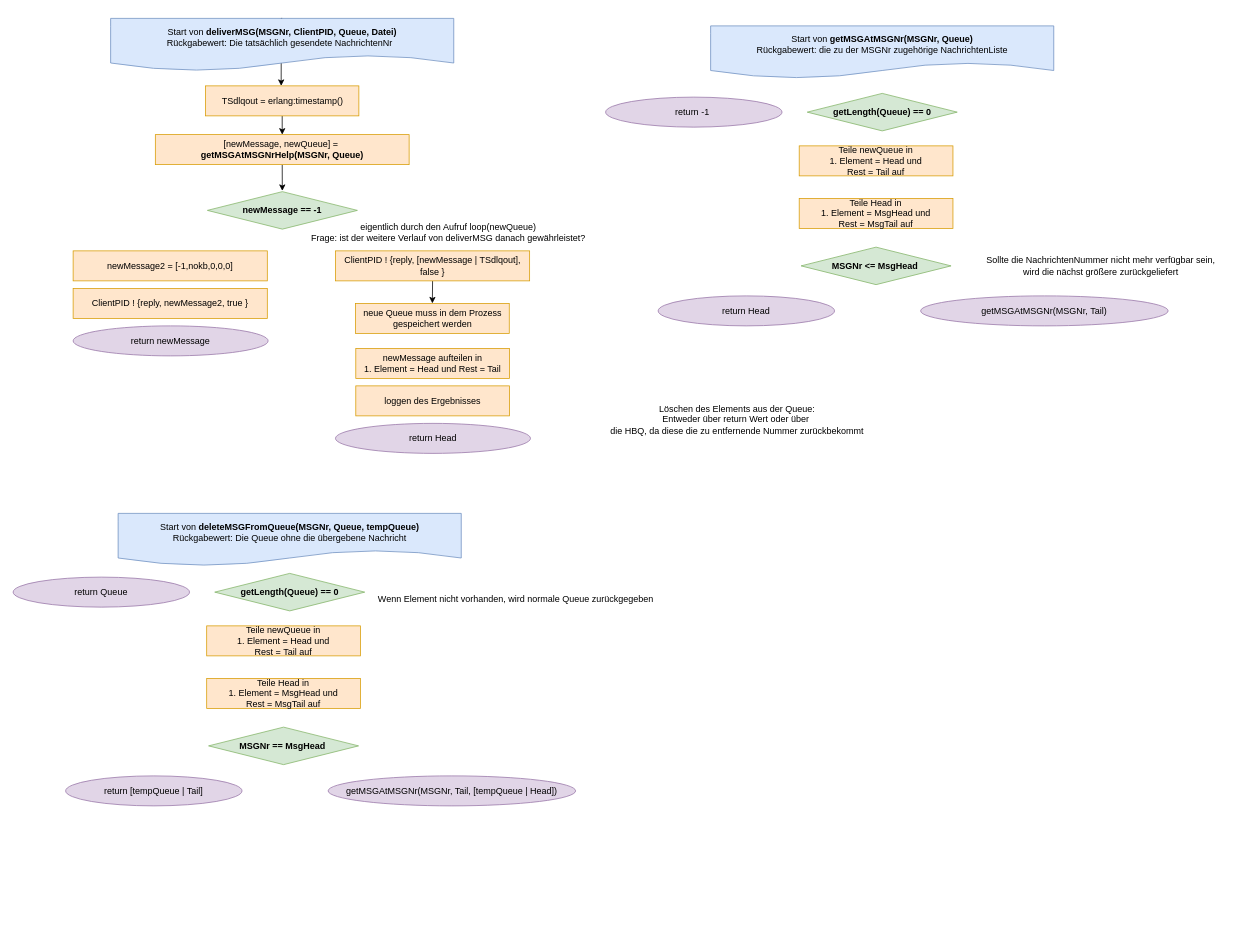
Earlier version of the draw.io diagram Grafiken:Bilder/draw.io/DLQ/5. deliverMSG.drawio (krisschaaf/Hausarbeit_Erlang_Queues). Source tidied: cells renumbered, new cells numbered last; positions are measured from the earlier drawing's top-left corner, leaving out a move shared by most shapes. Both pictures are drawn from the tidied source at 75%, with x=0, y=0 at pixel (13, 18).
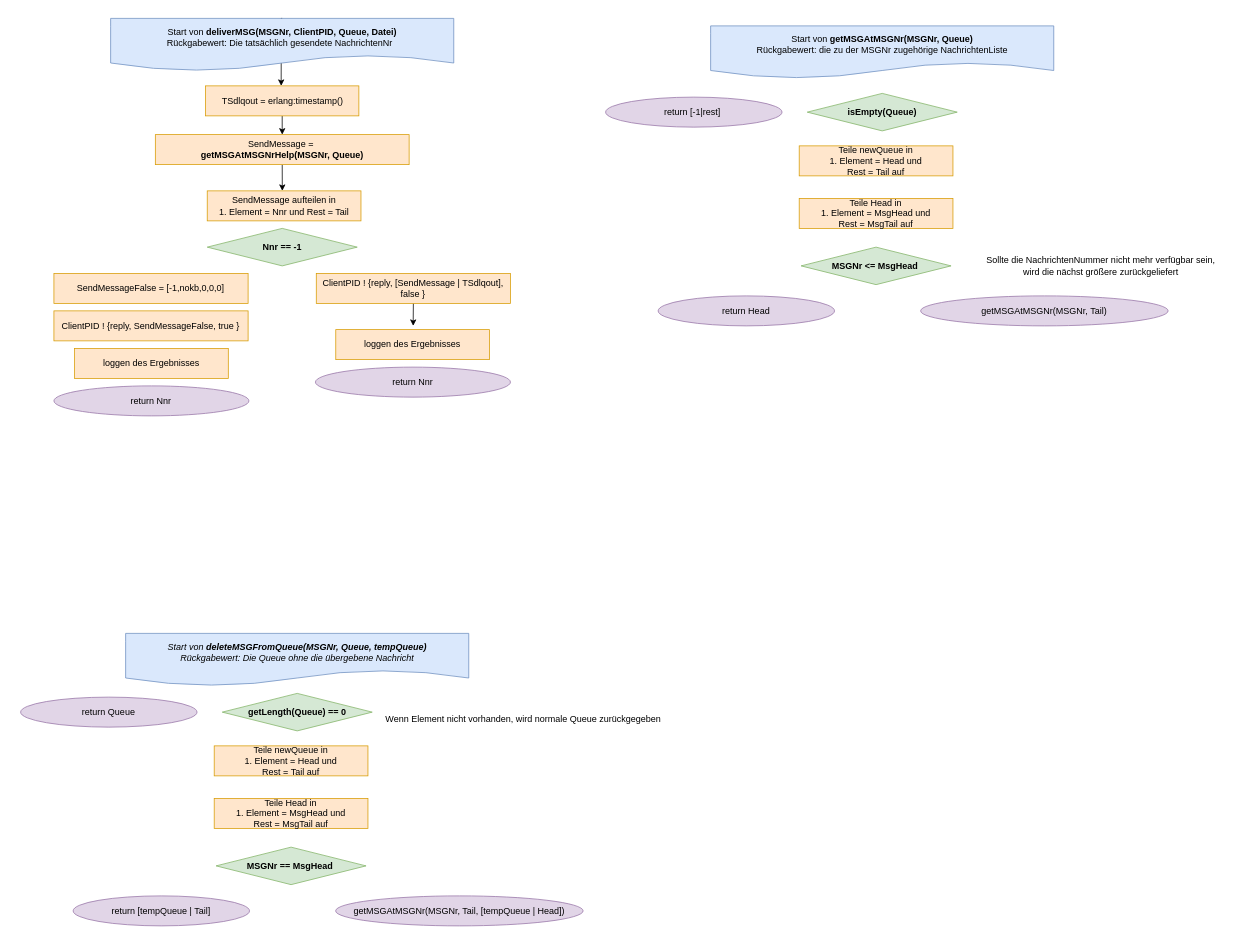
The same page after the edit.

The edit, as a diff of the source:
```diff
@@
-    <mxCell id="7" value="[newMessage, newQueue] =&amp;nbsp;&lt;br&gt;&lt;b&gt;getMSGAtMSGNrHelp(MSGNr, Queue)&lt;/b&gt;" style="rounded=0;whiteSpace=wrap;html=1;fillColor=#ffe6cc;strokeColor=#d79b00;" parent="1" vertex="1">
+    <mxCell id="7" value="SendMessage =&amp;nbsp;&lt;br&gt;&lt;b&gt;getMSGAtMSGNrHelp(MSGNr, Queue)&lt;/b&gt;" style="rounded=0;whiteSpace=wrap;html=1;fillColor=#ffe6cc;strokeColor=#d79b00;" parent="1" vertex="1">
       <mxGeometry x="189.6" y="155" width="338.4" height="40" as="geometry" />
     </mxCell>
-    <mxCell id="8" value="return Head" style="ellipse;whiteSpace=wrap;html=1;rounded=0;fillColor=#e1d5e7;strokeColor=#9673a6;" parent="1" vertex="1">
-      <mxGeometry x="429.8" y="540" width="260" height="40" as="geometry" />
+    <mxCell id="8" value="return Nnr" style="ellipse;whiteSpace=wrap;html=1;rounded=0;fillColor=#e1d5e7;strokeColor=#9673a6;" parent="1" vertex="1">
+      <mxGeometry x="403.1" y="465" width="260" height="40" as="geometry" />
     </mxCell>
-    <mxCell id="9" style="edgeStyle=orthogonalEdgeStyle;rounded=0;jettySize=auto;html=1;exitX=0.5;exitY=1;exitDx=0;exitDy=0;entryX=0.5;entryY=0;entryDx=0;entryDy=0;" parent="1" edge="1" source="10" target="11">
-      <mxGeometry relative="1" as="geometry" />
+    <mxCell id="9" style="edgeStyle=orthogonalEdgeStyle;rounded=0;jettySize=auto;html=1;exitX=0.5;exitY=1;exitDx=0;exitDy=0;entryX=0.5;entryY=0;entryDx=0;entryDy=0;" parent="1" edge="1" source="10">
+      <mxGeometry relative="1" as="geometry">
+        <mxPoint x="533.4" y="410" as="targetPoint" />
+      </mxGeometry>
     </mxCell>
-    <mxCell id="10" value="ClientPID ! {reply, [newMessage | TSdlqout], false }" style="rounded=0;whiteSpace=wrap;html=1;fillColor=#ffe6cc;strokeColor=#d79b00;" parent="1" vertex="1">
-      <mxGeometry x="429.8" y="310" width="258.9" height="40" as="geometry" />
+    <mxCell id="10" value="ClientPID ! {reply, [SendMessage | TSdlqout], false }" style="rounded=0;whiteSpace=wrap;html=1;fillColor=#ffe6cc;strokeColor=#d79b00;" parent="1" vertex="1">
+      <mxGeometry x="404.2" y="340" width="258.9" height="40" as="geometry" />
     </mxCell>
-    <mxCell id="11" value="neue Queue muss in dem Prozess gespeichert werden" style="rounded=0;whiteSpace=wrap;html=1;fillColor=#ffe6cc;strokeColor=#d79b00;" parent="1" vertex="1">
-      <mxGeometry x="456.5" y="380" width="205" height="40" as="geometry" />
-    </mxCell>
@@
-    <mxCell id="13" value="getLength(Queue) == 0" style="rhombus;whiteSpace=wrap;html=1;rounded=0;fillColor=#d5e8d4;strokeColor=#82b366;fontStyle=1;" parent="1" vertex="1">
+    <mxCell id="13" value="isEmpty(Queue)" style="rhombus;whiteSpace=wrap;html=1;rounded=0;fillColor=#d5e8d4;strokeColor=#82b366;fontStyle=1;" parent="1" vertex="1">
       <mxGeometry x="1058.8" y="100" width="200" height="50" as="geometry" />
     </mxCell>
@@
-    <mxCell id="15" value="return -1&amp;nbsp;" style="ellipse;whiteSpace=wrap;html=1;rounded=0;fillColor=#e1d5e7;strokeColor=#9673a6;" parent="1" vertex="1">
+    <mxCell id="15" value="return [-1|rest]&amp;nbsp;" style="ellipse;whiteSpace=wrap;html=1;rounded=0;fillColor=#e1d5e7;strokeColor=#9673a6;" parent="1" vertex="1">
       <mxGeometry x="790" y="105" width="235.2" height="40" as="geometry" />
     </mxCell>
@@
-    <mxCell id="21" value="newMessage aufteilen in &lt;br&gt;1. Element = Head und Rest = Tail" style="rounded=0;whiteSpace=wrap;html=1;fillColor=#ffe6cc;strokeColor=#d79b00;" parent="1" vertex="1">
-      <mxGeometry x="456.9" y="440" width="205" height="40" as="geometry" />
+    <mxCell id="21" value="SendMessage aufteilen in &lt;br&gt;1. Element = Nnr und Rest = Tail" style="rounded=0;whiteSpace=wrap;html=1;fillColor=#ffe6cc;strokeColor=#d79b00;" parent="1" vertex="1">
+      <mxGeometry x="258.8" y="230" width="205" height="40" as="geometry" />
     </mxCell>
     <mxCell id="22" value="loggen des Ergebnisses" style="rounded=0;whiteSpace=wrap;html=1;fillColor=#ffe6cc;strokeColor=#d79b00;" parent="1" vertex="1">
-      <mxGeometry x="456.9" y="490" width="205" height="40" as="geometry" />
+      <mxGeometry x="430.2" y="415" width="205" height="40" as="geometry" />
     </mxCell>
-    <mxCell id="23" value="eigentlich durch den Aufruf loop(newQueue)&lt;br&gt;Frage: ist der weitere Verlauf von deliverMSG danach gewährleistet?" style="text;html=1;align=center;verticalAlign=middle;strokeColor=none;fillColor=none;" parent="1" vertex="1">
-      <mxGeometry x="390" y="270" width="380" height="30" as="geometry" />
-    </mxCell>
-    <mxCell id="24" value="newMessage == -1" style="rhombus;whiteSpace=wrap;html=1;rounded=0;fillColor=#d5e8d4;strokeColor=#82b366;fontStyle=1;" parent="1" vertex="1">
-      <mxGeometry x="259" y="231" width="200" height="50" as="geometry" />
+    <mxCell id="24" value="Nnr == -1" style="rhombus;whiteSpace=wrap;html=1;rounded=0;fillColor=#d5e8d4;strokeColor=#82b366;fontStyle=1;" parent="1" vertex="1">
+      <mxGeometry x="258.8" y="280" width="200" height="50" as="geometry" />
     </mxCell>
-    <mxCell id="25" value="ClientPID ! {reply, newMessage2, true }" style="rounded=0;whiteSpace=wrap;html=1;fillColor=#ffe6cc;strokeColor=#d79b00;" parent="1" vertex="1">
-      <mxGeometry x="80" y="360" width="258.9" height="40" as="geometry" />
+    <mxCell id="25" value="ClientPID ! {reply, SendMessageFalse, true }" style="rounded=0;whiteSpace=wrap;html=1;fillColor=#ffe6cc;strokeColor=#d79b00;" parent="1" vertex="1">
+      <mxGeometry x="54.4" y="390" width="258.9" height="40" as="geometry" />
     </mxCell>
-    <mxCell id="26" value="newMessage2 = [-1,nokb,0,0,0]" style="rounded=0;whiteSpace=wrap;html=1;fillColor=#ffe6cc;strokeColor=#d79b00;" parent="1" vertex="1">
-      <mxGeometry x="80" y="310" width="258.9" height="40" as="geometry" />
+    <mxCell id="26" value="SendMessageFalse = [-1,nokb,0,0,0]" style="rounded=0;whiteSpace=wrap;html=1;fillColor=#ffe6cc;strokeColor=#d79b00;" parent="1" vertex="1">
+      <mxGeometry x="54.4" y="340" width="258.9" height="40" as="geometry" />
     </mxCell>
-    <mxCell id="27" value="return newMessage" style="ellipse;whiteSpace=wrap;html=1;rounded=0;fillColor=#e1d5e7;strokeColor=#9673a6;" parent="1" vertex="1">
-      <mxGeometry x="80" y="410" width="260" height="40" as="geometry" />
+    <mxCell id="27" value="return Nnr" style="ellipse;whiteSpace=wrap;html=1;rounded=0;fillColor=#e1d5e7;strokeColor=#9673a6;" parent="1" vertex="1">
+      <mxGeometry x="54.4" y="490" width="260" height="40" as="geometry" />
     </mxCell>
-    <mxCell id="28" value="Löschen des Elements aus der Queue:&lt;br&gt;Entweder über return Wert oder über&amp;nbsp;&lt;br&gt;die HBQ, da diese die zu entfernende Nummer zurückbekommt" style="text;html=1;align=center;verticalAlign=middle;strokeColor=none;fillColor=none;" parent="1" vertex="1">
-      <mxGeometry x="790" y="510" width="350" height="50" as="geometry" />
-    </mxCell>
-    <mxCell id="29" value="Start von &lt;b&gt;deleteMSGFromQueue(MSGNr, Queue, tempQueue)&lt;/b&gt;&lt;br&gt;Rückgabewert: Die Queue ohne die übergebene Nachricht" style="shape=document;whiteSpace=wrap;html=1;boundedLbl=1;fillColor=#dae8fc;strokeColor=#6c8ebf;" parent="1" vertex="1">
-      <mxGeometry x="140" y="660" width="457.5" height="70" as="geometry" />
+    <mxCell id="29" value="&lt;i&gt;Start von &lt;b&gt;deleteMSGFromQueue(MSGNr, Queue, tempQueue)&lt;/b&gt;&lt;br&gt;Rückgabewert: Die Queue ohne die übergebene Nachricht&lt;/i&gt;" style="shape=document;whiteSpace=wrap;html=1;boundedLbl=1;fillColor=#dae8fc;strokeColor=#6c8ebf;" parent="1" vertex="1">
+      <mxGeometry x="150" y="820" width="457.5" height="70" as="geometry" />
     </mxCell>
     <mxCell id="30" value="getLength(Queue) == 0" style="rhombus;whiteSpace=wrap;html=1;rounded=0;fillColor=#d5e8d4;strokeColor=#82b366;fontStyle=1;" parent="1" vertex="1">
-      <mxGeometry x="268.8" y="740" width="200" height="50" as="geometry" />
+      <mxGeometry x="278.8" y="900" width="200" height="50" as="geometry" />
     </mxCell>
     <mxCell id="31" value="Teile newQueue in&lt;br&gt;1. Element = Head und&lt;br&gt;Rest = Tail auf" style="rounded=0;whiteSpace=wrap;html=1;fillColor=#ffe6cc;strokeColor=#d79b00;" parent="1" vertex="1">
-      <mxGeometry x="258.1" y="810" width="205" height="40" as="geometry" />
+      <mxGeometry x="268.1" y="970" width="205" height="40" as="geometry" />
     </mxCell>
     <mxCell id="32" value="return Queue" style="ellipse;whiteSpace=wrap;html=1;rounded=0;fillColor=#e1d5e7;strokeColor=#9673a6;" parent="1" vertex="1">
-      <mxGeometry y="745" width="235.2" height="40" as="geometry" />
+      <mxGeometry x="10" y="905" width="235.2" height="40" as="geometry" />
     </mxCell>
     <mxCell id="33" value="MSGNr == MsgHead&amp;nbsp;" style="rhombus;whiteSpace=wrap;html=1;rounded=0;fillColor=#d5e8d4;strokeColor=#82b366;fontStyle=1;" parent="1" vertex="1">
-      <mxGeometry x="260.6" y="945" width="200" height="50" as="geometry" />
+      <mxGeometry x="270.6" y="1105" width="200" height="50" as="geometry" />
     </mxCell>
     <mxCell id="34" value="Teile Head in&lt;br&gt;1. Element = MsgHead und&lt;br&gt;Rest = MsgTail auf" style="rounded=0;whiteSpace=wrap;html=1;fillColor=#ffe6cc;strokeColor=#d79b00;" parent="1" vertex="1">
-      <mxGeometry x="258.1" y="880" width="205" height="40" as="geometry" />
+      <mxGeometry x="268.1" y="1040" width="205" height="40" as="geometry" />
     </mxCell>
     <mxCell id="35" value="return [tempQueue | Tail]" style="ellipse;whiteSpace=wrap;html=1;rounded=0;fillColor=#e1d5e7;strokeColor=#9673a6;" parent="1" vertex="1">
-      <mxGeometry x="70" y="1010" width="235.2" height="40" as="geometry" />
+      <mxGeometry x="80" y="1170" width="235.2" height="40" as="geometry" />
     </mxCell>
     <mxCell id="36" value="getMSGAtMSGNr(MSGNr, Tail, [tempQueue | Head])" style="ellipse;whiteSpace=wrap;html=1;rounded=0;fillColor=#e1d5e7;strokeColor=#9673a6;" parent="1" vertex="1">
-      <mxGeometry x="420" y="1010" width="330" height="40" as="geometry" />
+      <mxGeometry x="430" y="1170" width="330" height="40" as="geometry" />
     </mxCell>
     <mxCell id="37" value="Wenn Element nicht vorhanden, wird normale Queue zurückgegeben" style="text;html=1;align=center;verticalAlign=middle;strokeColor=none;fillColor=none;" parent="1" vertex="1">
-      <mxGeometry x="480" y="765" width="380" height="20" as="geometry" />
+      <mxGeometry x="490" y="925" width="380" height="20" as="geometry" />
     </mxCell>
+    <mxCell id="38" value="loggen des Ergebnisses" style="rounded=0;whiteSpace=wrap;html=1;fillColor=#ffe6cc;strokeColor=#d79b00;" parent="1" vertex="1">
+      <mxGeometry x="81.9" y="440" width="205" height="40" as="geometry" />
+    </mxCell>
```
